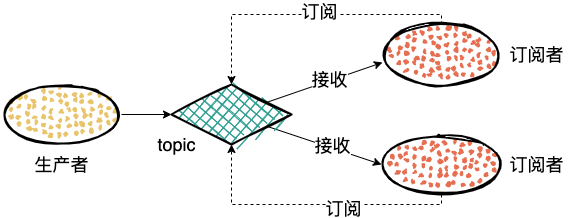
The draw.io diagram img/mq-pubsub.png in boilingfrog/Go-POINT, before a commit. Source tidied: cells renumbered, new cells last; positions are measured from the earlier drawing's top-left corner, leaving out a move shared by most shapes.
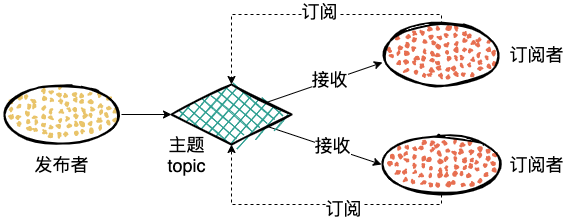
Above is the later version.

Change to the diagram source:
```diff
@@ -24,10 +24,10 @@
     <mxCell id="6" style="ellipse;whiteSpace=wrap;html=1;strokeWidth=2;fillWeight=2;hachureGap=8;fillStyle=dots;sketch=1;fillColor=#E76F51;" parent="1" vertex="1">
       <mxGeometry x="380" y="10" width="120" height="60" as="geometry" />
     </mxCell>
-    <mxCell id="7" value="&lt;span style=&quot;font-size: 18px&quot;&gt;topic&lt;/span&gt;" style="text;html=1;align=center;verticalAlign=middle;strokeColor=none;strokeWidth=1;" parent="1" vertex="1">
-      <mxGeometry x="150" y="120" width="50" height="20" as="geometry" />
+    <mxCell id="7" value="&lt;span style=&quot;font-size: 18px&quot;&gt;主题&lt;br&gt;topic&lt;/span&gt;" style="text;html=1;align=center;verticalAlign=middle;strokeColor=none;strokeWidth=1;" parent="1" vertex="1">
+      <mxGeometry x="160" y="120" width="50" height="40" as="geometry" />
     </mxCell>
-    <mxCell id="8" value="&lt;span style=&quot;font-size: 18px&quot;&gt;生产者&lt;/span&gt;" style="text;html=1;align=center;verticalAlign=middle;strokeColor=none;strokeWidth=1;" parent="1" vertex="1">
+    <mxCell id="8" value="&lt;span style=&quot;font-size: 18px&quot;&gt;发布者&lt;/span&gt;" style="text;html=1;align=center;verticalAlign=middle;strokeColor=none;strokeWidth=1;" parent="1" vertex="1">
       <mxGeometry x="25" y="140" width="70" height="20" as="geometry" />
     </mxCell>
     <mxCell id="9" value="&lt;span style=&quot;font-size: 18px&quot;&gt;订阅者&lt;/span&gt;" style="text;html=1;align=center;verticalAlign=middle;strokeColor=none;strokeWidth=1;" parent="1" vertex="1">
```
